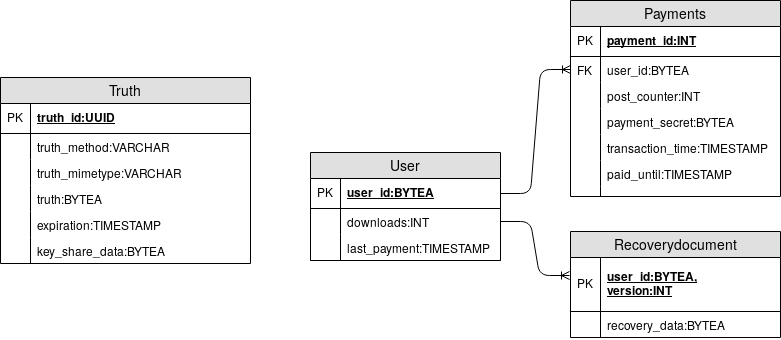
The draw.io diagram anastasis-db.png in prototypefund/Digital_Bargeld-docs, before a commit. Source tidied: cells renumbered, new cells last; positions are measured from the earlier drawing's top-left corner, leaving out a move shared by most shapes.
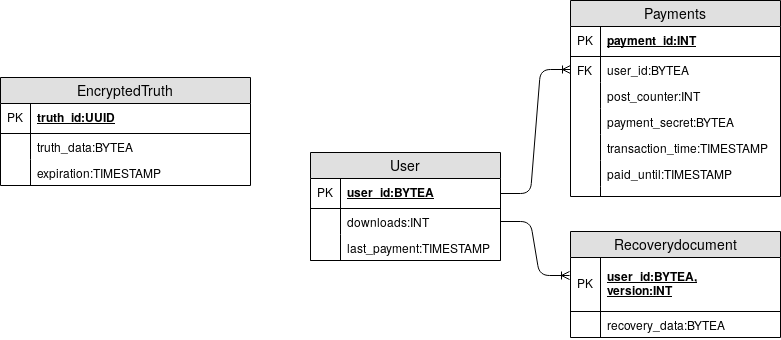
After the change.

Commit message:
Modified truth management: Truth is uploaded as EncryptedTruth to hide information from server

Diff of the diagram source:
```diff
@@ -23,8 +23,8 @@
     <mxCell id="8" style="shape=partialRectangle;top=0;left=0;bottom=0;fillColor=none;align=left;verticalAlign=top;spacingLeft=4;spacingRight=4;overflow=hidden;fontSize=12;" parent="7" vertex="1">
       <mxGeometry width="30" height="26" as="geometry" />
     </mxCell>
-    <mxCell id="9" value="Truth" style="swimlane;fontStyle=0;horizontal=1;startSize=26;fillColor=#e0e0e0;swimlaneFillColor=#ffffff;align=center;fontSize=14;" parent="1" vertex="1">
-      <mxGeometry y="77" width="250" height="186" as="geometry" />
+    <mxCell id="9" value="EncryptedTruth" style="swimlane;fontStyle=0;horizontal=1;startSize=26;fillColor=#e0e0e0;swimlaneFillColor=#ffffff;align=center;fontSize=14;" parent="1" vertex="1">
+      <mxGeometry y="77" width="250" height="108" as="geometry" />
     </mxCell>
     <mxCell id="10" value="truth_id:UUID" style="shape=partialRectangle;top=0;left=0;right=0;bottom=1;align=left;verticalAlign=middle;fillColor=none;spacingLeft=34;spacingRight=4;overflow=hidden;fontStyle=5;fontSize=12;" parent="9" vertex="1">
       <mxGeometry y="26" width="250" height="30" as="geometry" />
@@ -32,36 +32,18 @@
     <mxCell id="11" value="PK" style="shape=partialRectangle;top=0;left=0;bottom=0;fillColor=none;align=left;verticalAlign=middle;spacingLeft=4;spacingRight=4;overflow=hidden;fontSize=12;" parent="10" vertex="1">
       <mxGeometry width="30" height="30" as="geometry" />
     </mxCell>
-    <mxCell id="12" value="truth_method:VARCHAR" style="shape=partialRectangle;top=0;left=0;right=0;bottom=0;align=left;verticalAlign=top;fillColor=none;spacingLeft=34;spacingRight=4;overflow=hidden;fontSize=12;" parent="9" vertex="1">
+    <mxCell id="12" value="truth_data:BYTEA" style="shape=partialRectangle;top=0;left=0;right=0;bottom=0;align=left;verticalAlign=top;fillColor=none;spacingLeft=34;spacingRight=4;overflow=hidden;fontSize=12;" parent="9" vertex="1">
       <mxGeometry y="56" width="250" height="26" as="geometry" />
     </mxCell>
     <mxCell id="13" style="shape=partialRectangle;top=0;left=0;bottom=0;fillColor=none;align=left;verticalAlign=top;spacingLeft=4;spacingRight=4;overflow=hidden;fontSize=12;" parent="12" vertex="1">
       <mxGeometry width="30" height="26" as="geometry" />
     </mxCell>
-    <mxCell id="14" value="truth_mimetype:VARCHAR" style="shape=partialRectangle;top=0;left=0;right=0;bottom=0;align=left;verticalAlign=top;fillColor=none;spacingLeft=34;spacingRight=4;overflow=hidden;fontSize=12;" parent="9" vertex="1">
-      <mxGeometry y="82" width="250" height="26" as="geometry" />
-    </mxCell>
-    <mxCell id="15" style="shape=partialRectangle;top=0;left=0;bottom=0;fillColor=none;align=left;verticalAlign=top;spacingLeft=4;spacingRight=4;overflow=hidden;fontSize=12;" parent="14" vertex="1">
-      <mxGeometry width="30" height="26" as="geometry" />
-    </mxCell>
-    <mxCell id="16" value="truth:BYTEA" style="shape=partialRectangle;top=0;left=0;right=0;bottom=0;align=left;verticalAlign=top;fillColor=none;spacingLeft=34;spacingRight=4;overflow=hidden;fontSize=12;" parent="9" vertex="1">
-      <mxGeometry y="108" width="250" height="26" as="geometry" />
-    </mxCell>
-    <mxCell id="17" style="shape=partialRectangle;top=0;left=0;bottom=0;fillColor=none;align=left;verticalAlign=top;spacingLeft=4;spacingRight=4;overflow=hidden;fontSize=12;" parent="16" vertex="1">
-      <mxGeometry width="30" height="26" as="geometry" />
-    </mxCell>
     <mxCell id="18" value="expiration:TIMESTAMP" style="shape=partialRectangle;top=0;left=0;right=0;bottom=0;align=left;verticalAlign=top;fillColor=none;spacingLeft=34;spacingRight=4;overflow=hidden;fontSize=12;" parent="9" vertex="1">
-      <mxGeometry y="134" width="250" height="26" as="geometry" />
+      <mxGeometry y="82" width="250" height="26" as="geometry" />
     </mxCell>
     <mxCell id="19" style="shape=partialRectangle;top=0;left=0;bottom=0;fillColor=none;align=left;verticalAlign=top;spacingLeft=4;spacingRight=4;overflow=hidden;fontSize=12;" parent="18" vertex="1">
       <mxGeometry width="30" height="26" as="geometry" />
     </mxCell>
-    <mxCell id="20" value="key_share_data:BYTEA" style="shape=partialRectangle;top=0;left=0;right=0;bottom=0;align=left;verticalAlign=top;fillColor=none;spacingLeft=34;spacingRight=4;overflow=hidden;fontSize=12;" parent="9" vertex="1">
-      <mxGeometry y="160" width="250" height="26" as="geometry" />
-    </mxCell>
-    <mxCell id="21" style="shape=partialRectangle;top=0;left=0;bottom=0;fillColor=none;align=left;verticalAlign=top;spacingLeft=4;spacingRight=4;overflow=hidden;fontSize=12;" parent="20" vertex="1">
-      <mxGeometry width="30" height="26" as="geometry" />
-    </mxCell>
     <mxCell id="22" value="Recoverydocument" style="swimlane;fontStyle=0;horizontal=1;startSize=26;fillColor=#e0e0e0;swimlaneFillColor=#ffffff;align=center;fontSize=14;" parent="1" vertex="1">
       <mxGeometry x="570" y="231" width="210" height="106" as="geometry" />
     </mxCell>
```
